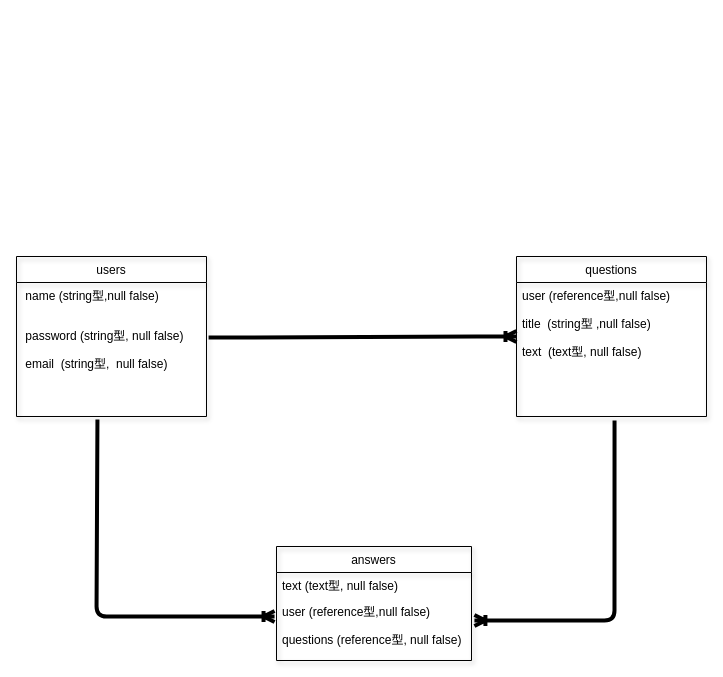
Earlier version of the draw.io diagram page "ページ1" (1 of 2) of test.drawio (iwaikousuke/fes). Source tidied: cells renumbered, new cells numbered last; positions are measured from the earlier drawing's top-left corner, leaving out a move shared by most shapes. Both pictures are drawn from the tidied source at 100%, with x=0, y=0 at pixel (16, 256).
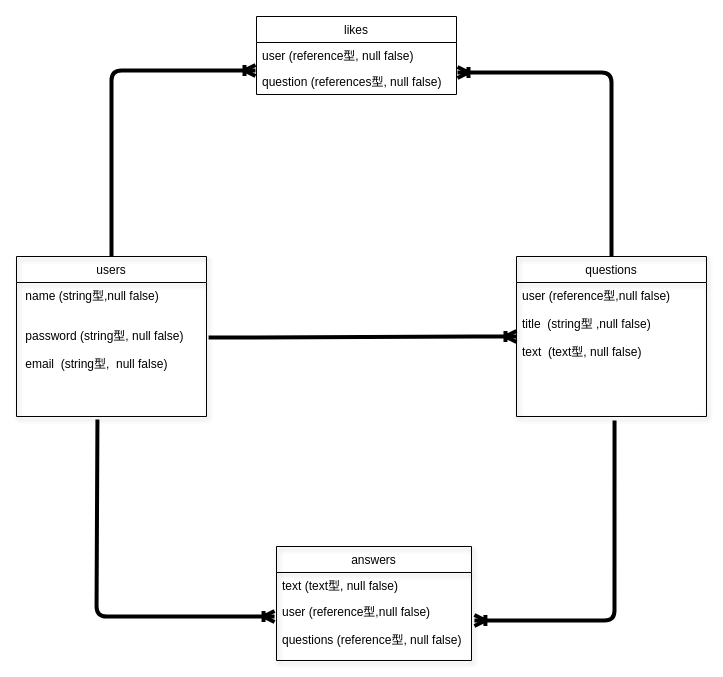
Above is the later version.

Unchanged cells that the change refers to:
```xml
<mxCell id="5" value="questions" style="swimlane;fontStyle=0;horizontal=1;startSize=26;fillColor=none;rounded=0;shadow=1;sketch=0;" parent="1" vertex="1">
  <mxGeometry x="500" width="190" height="160" as="geometry" />
</mxCell>
<mxCell id="7" value="users" style="swimlane;fontStyle=0;horizontal=1;startSize=26;fillColor=none;rounded=0;shadow=1;sketch=0;" parent="1" vertex="1">
  <mxGeometry width="190" height="160" as="geometry" />
</mxCell>
```

What changed in the source:
```diff
@@
+    <mxCell id="13" value="likes" style="swimlane;fontStyle=0;horizontal=1;startSize=26;fillColor=none;" parent="1" vertex="1">
+      <mxGeometry x="240" y="-240" width="200" height="78" as="geometry" />
+    </mxCell>
+    <mxCell id="14" value="user (reference型, null false)" style="text;strokeColor=none;fillColor=none;align=left;verticalAlign=top;spacingLeft=4;spacingRight=4;overflow=hidden;points=[[0,0.5],[1,0.5]];portConstraint=eastwest;" parent="13" vertex="1">
+      <mxGeometry y="26" width="200" height="26" as="geometry" />
+    </mxCell>
+    <mxCell id="15" value="question (references型, null false)" style="text;strokeColor=none;fillColor=none;align=left;verticalAlign=top;spacingLeft=4;spacingRight=4;overflow=hidden;points=[[0,0.5],[1,0.5]];portConstraint=eastwest;" parent="13" vertex="1">
+      <mxGeometry y="52" width="200" height="26" as="geometry" />
+    </mxCell>
@@
+    <mxCell id="16" style="fontSize=12;html=1;endArrow=ERoneToMany;exitX=0.5;exitY=0;exitDx=0;exitDy=0;entryX=-0.005;entryY=1.077;entryDx=0;entryDy=0;entryPerimeter=0;strokeWidth=4;edgeStyle=orthogonalEdgeStyle;" parent="1" edge="1" source="7" target="14">
+      <mxGeometry relative="1" as="geometry" />
+    </mxCell>
+    <mxCell id="17" style="edgeStyle=orthogonalEdgeStyle;fontSize=12;html=1;endArrow=ERoneToMany;strokeWidth=4;entryX=1.005;entryY=0.154;entryDx=0;entryDy=0;entryPerimeter=0;exitX=0.5;exitY=0;exitDx=0;exitDy=0;" parent="1" edge="1" source="5" target="15">
+      <mxGeometry relative="1" as="geometry" />
+    </mxCell>
```
